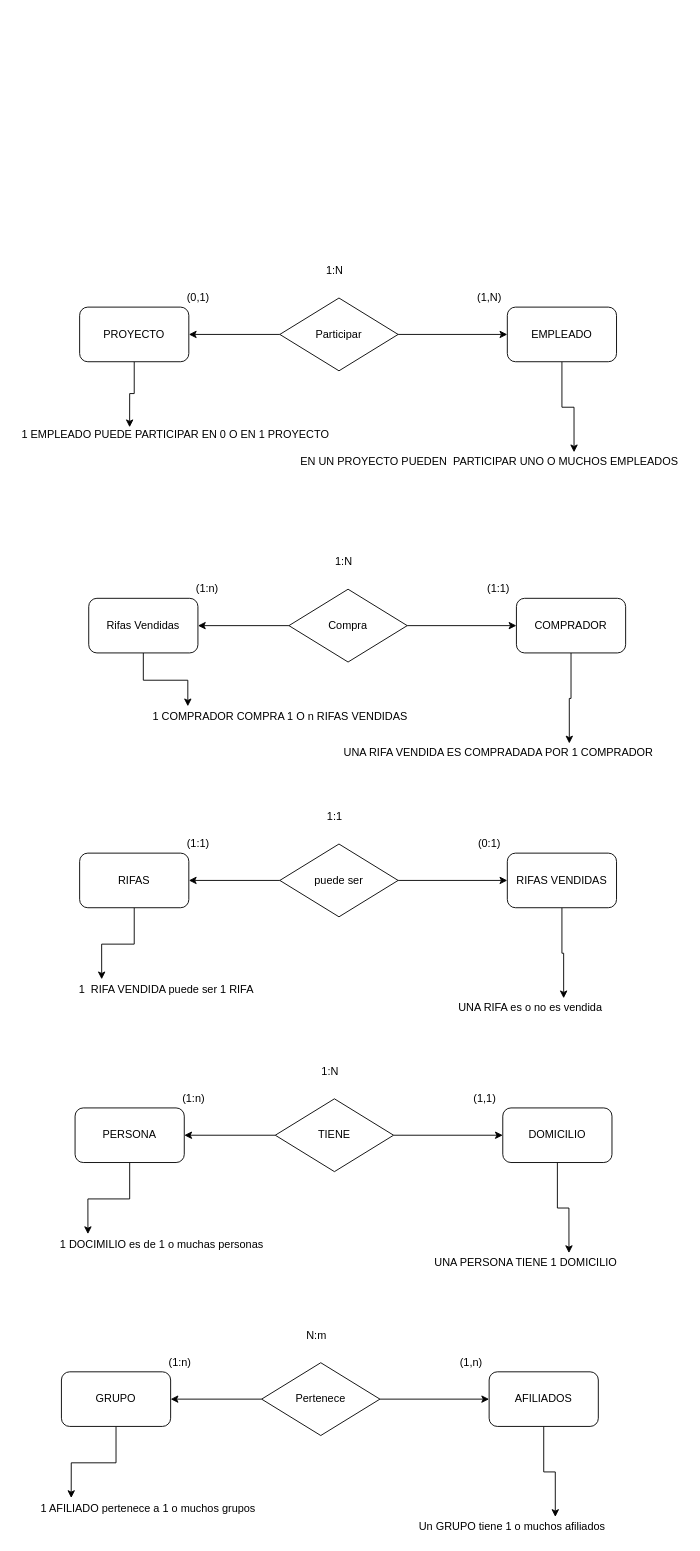
Before: PRUEBAS EJEMPLOS.drawio in NehemiasMercau/BaseDeDatos, a draw.io diagram. Source tidied: cells renumbered, new cells numbered last; positions are measured from the earlier drawing's top-left corner, leaving out a move shared by most shapes. Both pictures are drawn from the tidied source at 91%, with x=0, y=0 at pixel (15, 261).
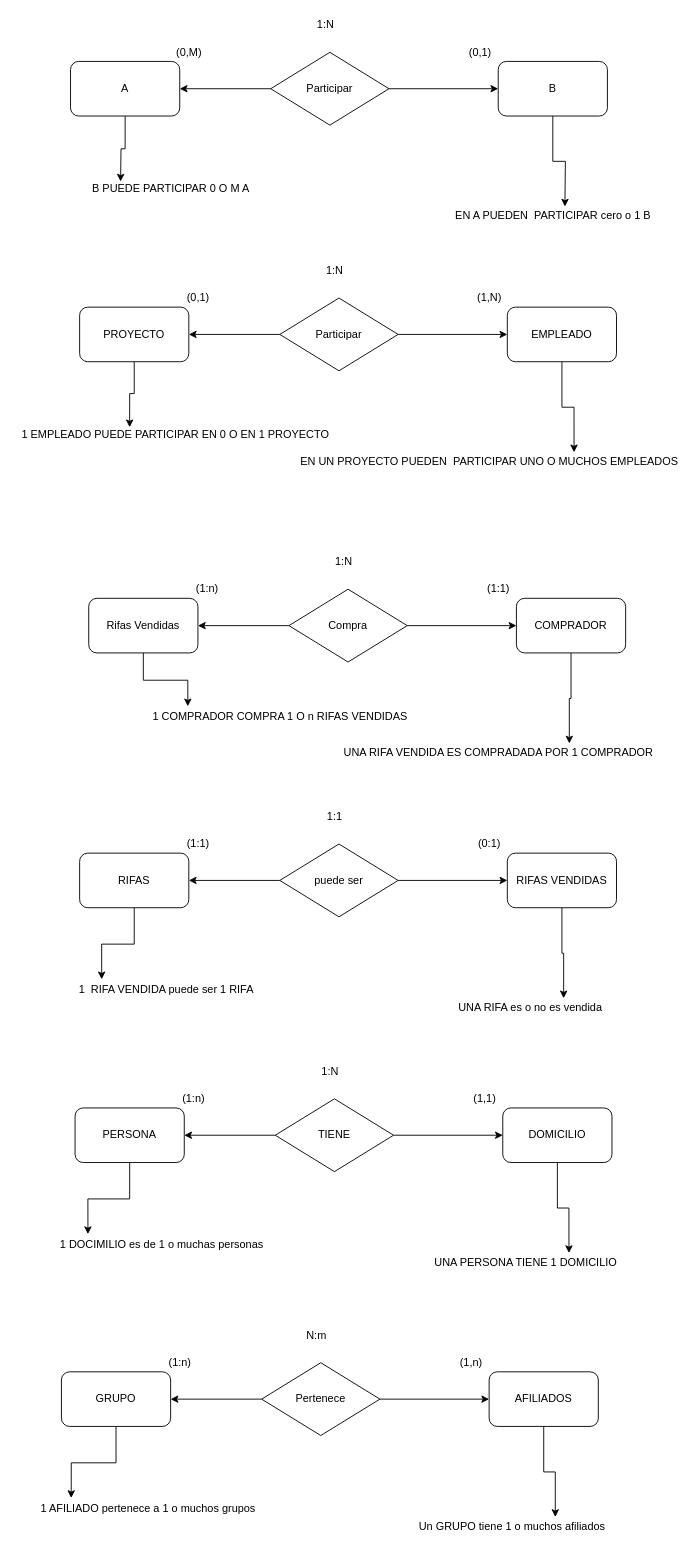
Above is the later version.

What changed in the source:
```diff
@@
+    <mxCell id="62" style="edgeStyle=orthogonalEdgeStyle;rounded=0;jettySize=auto;html=1;exitX=0.5;exitY=1;exitDx=0;exitDy=0;entryX=0.357;entryY=0.1;entryDx=0;entryDy=0;entryPerimeter=0;" parent="1" edge="1" source="63">
+      <mxGeometry relative="1" as="geometry">
+        <mxPoint x="115" y="-88" as="targetPoint" />
+      </mxGeometry>
+    </mxCell>
+    <mxCell id="63" value="A" style="rounded=1;whiteSpace=wrap;html=1;" parent="1" vertex="1">
+      <mxGeometry x="60" y="-220" width="120" height="60" as="geometry" />
+    </mxCell>
+    <mxCell id="64" style="edgeStyle=orthogonalEdgeStyle;rounded=0;jettySize=auto;html=1;" parent="1" edge="1" source="66" target="63">
+      <mxGeometry relative="1" as="geometry" />
+    </mxCell>
+    <mxCell id="65" style="edgeStyle=orthogonalEdgeStyle;rounded=0;jettySize=auto;html=1;exitX=1;exitY=0.5;exitDx=0;exitDy=0;entryX=0;entryY=0.5;entryDx=0;entryDy=0;" parent="1" edge="1" source="66" target="68">
+      <mxGeometry relative="1" as="geometry" />
+    </mxCell>
+    <mxCell id="66" value="Participar" style="rhombus;whiteSpace=wrap;html=1;" parent="1" vertex="1">
+      <mxGeometry x="280" y="-230" width="130" height="80" as="geometry" />
+    </mxCell>
+    <mxCell id="67" style="edgeStyle=orthogonalEdgeStyle;rounded=0;jettySize=auto;html=1;exitX=0.5;exitY=1;exitDx=0;exitDy=0;entryX=0.717;entryY=-0.025;entryDx=0;entryDy=0;entryPerimeter=0;" parent="1" edge="1" source="68">
+      <mxGeometry relative="1" as="geometry">
+        <mxPoint x="603.3" y="-60.5" as="targetPoint" />
+      </mxGeometry>
+    </mxCell>
+    <mxCell id="68" value="B" style="rounded=1;whiteSpace=wrap;html=1;" parent="1" vertex="1">
+      <mxGeometry x="530" y="-220" width="120" height="60" as="geometry" />
+    </mxCell>
+    <mxCell id="69" value="1:N" style="text;html=1;align=center;verticalAlign=middle;strokeColor=none;" parent="1" vertex="1">
+      <mxGeometry x="325" y="-270" width="30" height="20" as="geometry" />
+    </mxCell>
+    <mxCell id="70" value="(0,M)" style="text;html=1;align=center;verticalAlign=middle;strokeColor=none;" parent="1" vertex="1">
+      <mxGeometry x="170" y="-240" width="40" height="20" as="geometry" />
+    </mxCell>
+    <mxCell id="71" value="(0,1)" style="text;html=1;align=center;verticalAlign=middle;strokeColor=none;" parent="1" vertex="1">
+      <mxGeometry x="490" y="-240" width="40" height="20" as="geometry" />
+    </mxCell>
+    <mxCell id="72" value="B PUEDE PARTICIPAR 0 O M A" style="text;html=1;align=center;verticalAlign=middle;strokeColor=none;" parent="1" vertex="1">
+      <mxGeometry x="75" y="-90" width="190" height="20" as="geometry" />
+    </mxCell>
+    <mxCell id="73" value="EN A PUEDEN&amp;nbsp; PARTICIPAR cero o 1 B" style="text;html=1;align=center;verticalAlign=middle;strokeColor=none;" parent="1" vertex="1">
+      <mxGeometry x="475" y="-60" width="230" height="20" as="geometry" />
+    </mxCell>
```
